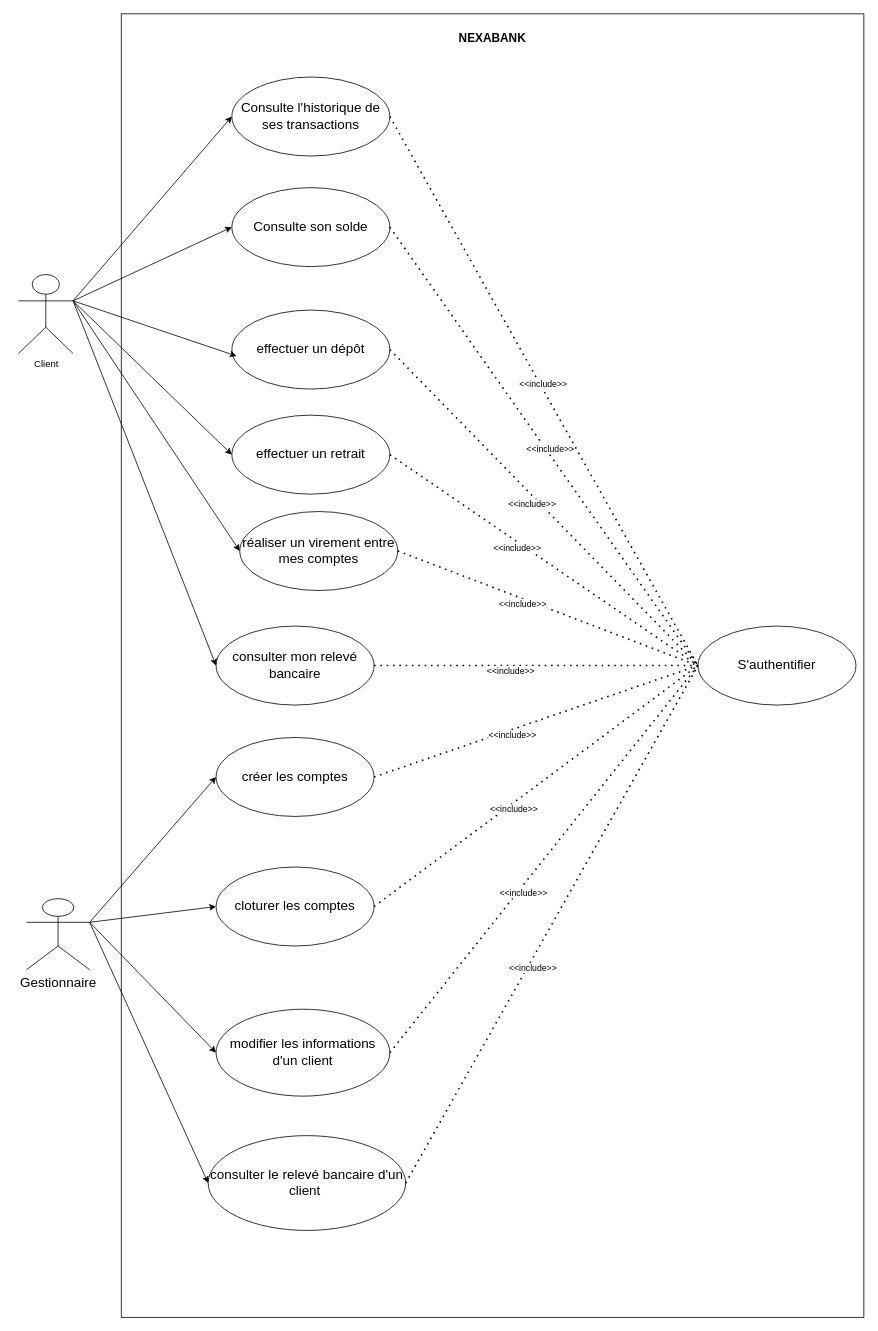
This is Diagrammes/diagrammeusecase.drawio from rachadelrhilani/Nexabank, a draw.io file, before an edit. Source tidied: cells renumbered, new cells numbered last; positions are measured from the earlier drawing's top-left corner, leaving out a move shared by most shapes. Both pictures are drawn from the tidied source at 79%, with x=0, y=0 at pixel (18, 13).
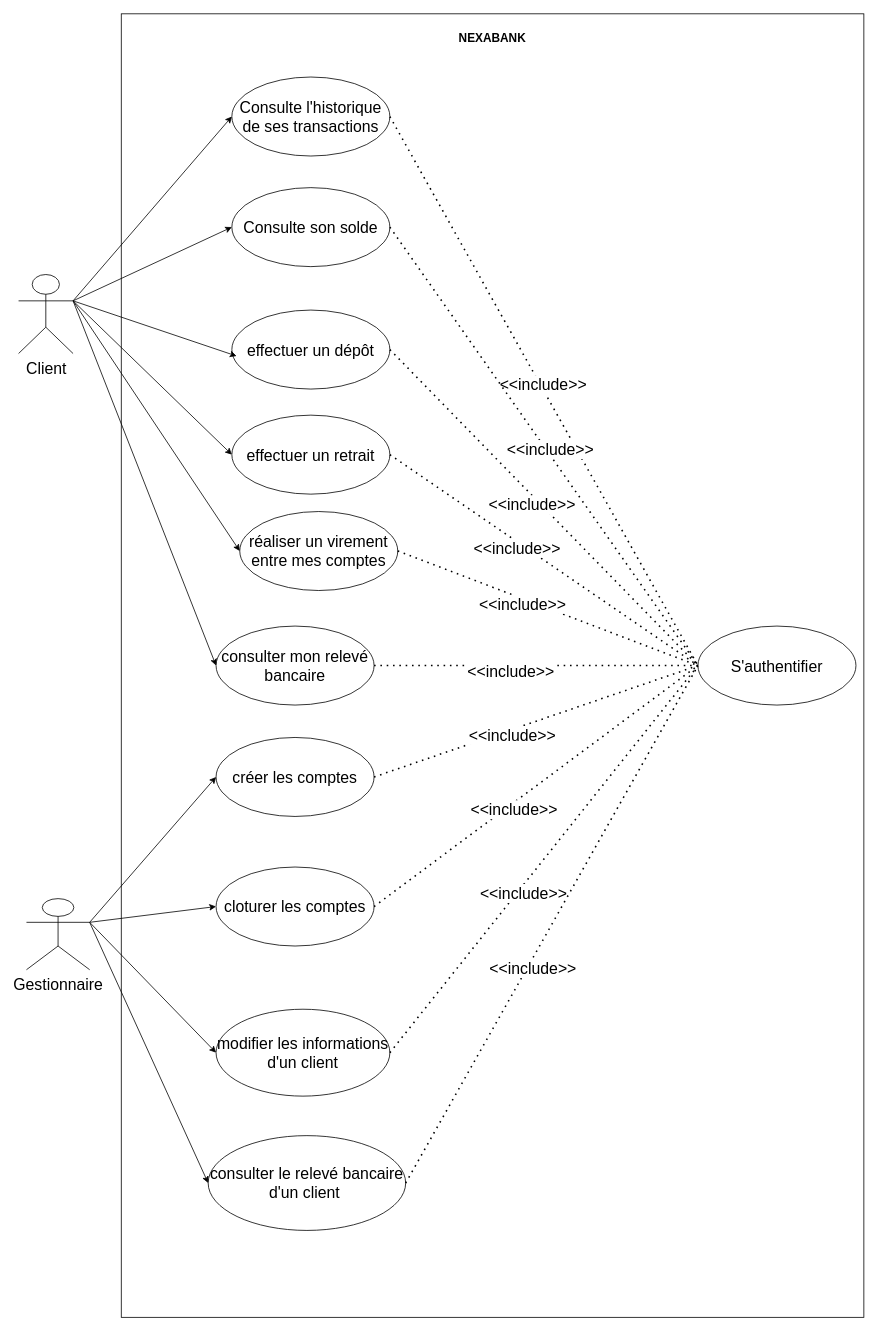
The same diagram, later.

What changed in the source:
```diff
@@
-    <mxCell id="3" value="Consulte l'historique de ses transactions" style="ellipse;whiteSpace=wrap;html=1;shapeInside=1;fontSize=17;" parent="1" vertex="1">
+    <mxCell id="3" value="Consulte l'historique de ses transactions" style="ellipse;whiteSpace=wrap;html=1;shapeInside=1;fontSize=20;" parent="1" vertex="1">
       <mxGeometry x="270" y="80" width="200" height="100" as="geometry" />
     </mxCell>
-    <mxCell id="4" value="Client" style="shape=umlActor;verticalLabelPosition=bottom;verticalAlign=top;html=1;outlineConnect=0;" parent="1" vertex="1">
+    <mxCell id="4" value="Client" style="shape=umlActor;verticalLabelPosition=bottom;verticalAlign=top;html=1;outlineConnect=0;fontSize=20;" parent="1" vertex="1">
       <mxGeometry y="330" width="69" height="100" as="geometry" />
     </mxCell>
-    <mxCell id="5" value="Consulte son solde" style="ellipse;whiteSpace=wrap;html=1;shapeInside=1;fontSize=17;" parent="1" vertex="1">
+    <mxCell id="5" value="Consulte son solde" style="ellipse;whiteSpace=wrap;html=1;shapeInside=1;fontSize=20;" parent="1" vertex="1">
       <mxGeometry x="270" y="220" width="200" height="100" as="geometry" />
     </mxCell>
-    <mxCell id="6" value="effectuer un dépôt" style="ellipse;whiteSpace=wrap;html=1;shapeInside=1;fontSize=17;" parent="1" vertex="1">
+    <mxCell id="6" value="effectuer un dépôt" style="ellipse;whiteSpace=wrap;html=1;shapeInside=1;fontSize=20;" parent="1" vertex="1">
       <mxGeometry x="270" y="375" width="200" height="100" as="geometry" />
     </mxCell>
-    <mxCell id="7" value="réaliser un virement entre mes comptes" style="ellipse;whiteSpace=wrap;html=1;shapeInside=1;fontSize=17;" parent="1" vertex="1">
+    <mxCell id="7" value="réaliser un virement entre mes comptes" style="ellipse;whiteSpace=wrap;html=1;shapeInside=1;fontSize=20;" parent="1" vertex="1">
       <mxGeometry x="280" y="630" width="200" height="100" as="geometry" />
     </mxCell>
-    <mxCell id="8" value="consulter mon relevé bancaire" style="ellipse;whiteSpace=wrap;html=1;shapeInside=1;fontSize=17;" parent="1" vertex="1">
+    <mxCell id="8" value="consulter mon relevé bancaire" style="ellipse;whiteSpace=wrap;html=1;shapeInside=1;fontSize=20;" parent="1" vertex="1">
       <mxGeometry x="250" y="775" width="200" height="100" as="geometry" />
     </mxCell>
@@
-    <mxCell id="10" style="endArrow=classic;html=1;rounded=0;exitX=1;exitY=0.3333333333333333;exitDx=0;exitDy=0;exitPerimeter=0;entryX=0;entryY=0.5;entryDx=0;entryDy=0;" parent="1" edge="1" source="4" target="3">
+    <mxCell id="10" style="endArrow=classic;html=1;rounded=0;exitX=1;exitY=0.3333333333333333;exitDx=0;exitDy=0;exitPerimeter=0;entryX=0;entryY=0.5;entryDx=0;entryDy=0;fontSize=20;" parent="1" edge="1" source="4" target="3">
       <mxGeometry relative="1" as="geometry" />
     </mxCell>
-    <mxCell id="11" style="endArrow=classic;html=1;rounded=0;exitX=1;exitY=0.3333333333333333;exitDx=0;exitDy=0;exitPerimeter=0;entryX=0;entryY=0.5;entryDx=0;entryDy=0;" parent="1" edge="1" source="4" target="5">
+    <mxCell id="11" style="endArrow=classic;html=1;rounded=0;exitX=1;exitY=0.3333333333333333;exitDx=0;exitDy=0;exitPerimeter=0;entryX=0;entryY=0.5;entryDx=0;entryDy=0;fontSize=20;" parent="1" edge="1" source="4" target="5">
       <mxGeometry relative="1" as="geometry" />
     </mxCell>
-    <mxCell id="12" style="endArrow=classic;html=1;rounded=0;exitX=1;exitY=0.3333333333333333;exitDx=0;exitDy=0;exitPerimeter=0;entryX=0.03;entryY=0.582;entryDx=0;entryDy=0;entryPerimeter=0;" parent="1" edge="1" source="4" target="6">
+    <mxCell id="12" style="endArrow=classic;html=1;rounded=0;exitX=1;exitY=0.3333333333333333;exitDx=0;exitDy=0;exitPerimeter=0;entryX=0.03;entryY=0.582;entryDx=0;entryDy=0;entryPerimeter=0;fontSize=20;" parent="1" edge="1" source="4" target="6">
       <mxGeometry relative="1" as="geometry" />
     </mxCell>
-    <mxCell id="13" style="endArrow=classic;html=1;rounded=0;exitX=1;exitY=0.3333333333333333;exitDx=0;exitDy=0;exitPerimeter=0;entryX=0;entryY=0.5;entryDx=0;entryDy=0;" parent="1" edge="1" source="4" target="7">
+    <mxCell id="13" style="endArrow=classic;html=1;rounded=0;exitX=1;exitY=0.3333333333333333;exitDx=0;exitDy=0;exitPerimeter=0;entryX=0;entryY=0.5;entryDx=0;entryDy=0;fontSize=20;" parent="1" edge="1" source="4" target="7">
       <mxGeometry relative="1" as="geometry" />
     </mxCell>
-    <mxCell id="14" style="endArrow=classic;html=1;rounded=0;exitX=1;exitY=0.3333333333333333;exitDx=0;exitDy=0;exitPerimeter=0;entryX=0;entryY=0.5;entryDx=0;entryDy=0;" parent="1" edge="1" source="4" target="8">
+    <mxCell id="14" style="endArrow=classic;html=1;rounded=0;exitX=1;exitY=0.3333333333333333;exitDx=0;exitDy=0;exitPerimeter=0;entryX=0;entryY=0.5;entryDx=0;entryDy=0;fontSize=20;" parent="1" edge="1" source="4" target="8">
       <mxGeometry relative="1" as="geometry" />
     </mxCell>
-    <mxCell id="15" value="Gestionnaire" style="shape=umlActor;verticalLabelPosition=bottom;verticalAlign=top;html=1;outlineConnect=0;fontSize=17;" parent="1" vertex="1">
+    <mxCell id="15" value="Gestionnaire" style="shape=umlActor;verticalLabelPosition=bottom;verticalAlign=top;html=1;outlineConnect=0;fontSize=20;" parent="1" vertex="1">
       <mxGeometry x="10" y="1120" width="80" height="90" as="geometry" />
     </mxCell>
-    <mxCell id="16" value="créer les comptes" style="ellipse;whiteSpace=wrap;html=1;shapeInside=1;fontSize=17;" parent="1" vertex="1">
+    <mxCell id="16" value="créer les comptes" style="ellipse;whiteSpace=wrap;html=1;shapeInside=1;fontSize=20;" parent="1" vertex="1">
       <mxGeometry x="250" y="916" width="200" height="100" as="geometry" />
     </mxCell>
-    <mxCell id="17" value="cloturer les comptes" style="ellipse;whiteSpace=wrap;html=1;shapeInside=1;fontSize=17;" parent="1" vertex="1">
+    <mxCell id="17" value="cloturer les comptes" style="ellipse;whiteSpace=wrap;html=1;shapeInside=1;fontSize=20;" parent="1" vertex="1">
       <mxGeometry x="250" y="1080" width="200" height="100" as="geometry" />
     </mxCell>
-    <mxCell id="18" value="modifier les informations d'un client" style="ellipse;whiteSpace=wrap;html=1;shapeInside=1;fontSize=17;" parent="1" vertex="1">
+    <mxCell id="18" value="modifier les informations d'un client" style="ellipse;whiteSpace=wrap;html=1;shapeInside=1;fontSize=20;" parent="1" vertex="1">
       <mxGeometry x="250" y="1260" width="220" height="110" as="geometry" />
     </mxCell>
-    <mxCell id="19" style="endArrow=classic;html=1;rounded=0;exitX=1;exitY=0.3333333333333333;exitDx=0;exitDy=0;exitPerimeter=0;entryX=0;entryY=0.5;entryDx=0;entryDy=0;fontSize=17;" parent="1" edge="1" source="15" target="16">
+    <mxCell id="19" style="endArrow=classic;html=1;rounded=0;exitX=1;exitY=0.3333333333333333;exitDx=0;exitDy=0;exitPerimeter=0;entryX=0;entryY=0.5;entryDx=0;entryDy=0;fontSize=20;" parent="1" edge="1" source="15" target="16">
       <mxGeometry relative="1" as="geometry" />
     </mxCell>
-    <mxCell id="20" style="endArrow=classic;html=1;rounded=0;exitX=1;exitY=0.3333333333333333;exitDx=0;exitDy=0;exitPerimeter=0;entryX=0;entryY=0.5;entryDx=0;entryDy=0;fontSize=17;" parent="1" edge="1" source="15" target="17">
+    <mxCell id="20" style="endArrow=classic;html=1;rounded=0;exitX=1;exitY=0.3333333333333333;exitDx=0;exitDy=0;exitPerimeter=0;entryX=0;entryY=0.5;entryDx=0;entryDy=0;fontSize=20;" parent="1" edge="1" source="15" target="17">
       <mxGeometry relative="1" as="geometry" />
     </mxCell>
-    <mxCell id="21" style="endArrow=classic;html=1;rounded=0;exitX=1;exitY=0.3333333333333333;exitDx=0;exitDy=0;exitPerimeter=0;entryX=0;entryY=0.5;entryDx=0;entryDy=0;fontSize=17;" parent="1" edge="1" source="15" target="18">
+    <mxCell id="21" style="endArrow=classic;html=1;rounded=0;exitX=1;exitY=0.3333333333333333;exitDx=0;exitDy=0;exitPerimeter=0;entryX=0;entryY=0.5;entryDx=0;entryDy=0;fontSize=20;" parent="1" edge="1" source="15" target="18">
       <mxGeometry relative="1" as="geometry" />
     </mxCell>
-    <mxCell id="22" value="consulter le relevé bancaire d'un client&amp;nbsp;" style="ellipse;whiteSpace=wrap;html=1;shapeInside=1;fontSize=17;" parent="1" vertex="1">
+    <mxCell id="22" value="consulter le relevé bancaire d'un client&amp;nbsp;" style="ellipse;whiteSpace=wrap;html=1;shapeInside=1;fontSize=20;" parent="1" vertex="1">
       <mxGeometry x="240" y="1420" width="250" height="120" as="geometry" />
     </mxCell>
-    <mxCell id="23" style="endArrow=classic;html=1;rounded=0;exitX=1;exitY=0.3333333333333333;exitDx=0;exitDy=0;exitPerimeter=0;entryX=0;entryY=0.5;entryDx=0;entryDy=0;fontSize=17;" parent="1" edge="1" source="15" target="22">
+    <mxCell id="23" style="endArrow=classic;html=1;rounded=0;exitX=1;exitY=0.3333333333333333;exitDx=0;exitDy=0;exitPerimeter=0;entryX=0;entryY=0.5;entryDx=0;entryDy=0;fontSize=20;" parent="1" edge="1" source="15" target="22">
       <mxGeometry relative="1" as="geometry" />
     </mxCell>
-    <mxCell id="24" value="S'authentifier" style="ellipse;whiteSpace=wrap;html=1;shapeInside=1;fontSize=17;" parent="1" vertex="1">
+    <mxCell id="24" value="S'authentifier" style="ellipse;whiteSpace=wrap;html=1;shapeInside=1;fontSize=20;" parent="1" vertex="1">
       <mxGeometry x="860" y="775" width="200" height="100" as="geometry" />
     </mxCell>
-    <mxCell id="25" style="endArrow=none;dashed=1;html=1;dashPattern=1 3;strokeWidth=2;rounded=0;entryX=0;entryY=0.5;entryDx=0;entryDy=0;exitX=1;exitY=0.5;exitDx=0;exitDy=0;" parent="1" edge="1" source="3" target="24">
+    <mxCell id="25" style="endArrow=none;dashed=1;html=1;dashPattern=1 3;strokeWidth=2;rounded=0;entryX=0;entryY=0.5;entryDx=0;entryDy=0;exitX=1;exitY=0.5;exitDx=0;exitDy=0;fontSize=20;" parent="1" edge="1" source="3" target="24">
       <mxGeometry relative="1" as="geometry" />
     </mxCell>
-    <mxCell id="26" value="&amp;lt;&amp;lt;include&amp;gt;&amp;gt;" style="edgeLabel;html=1;align=center;verticalAlign=middle;" parent="25" vertex="1">
+    <mxCell id="26" value="&amp;lt;&amp;lt;include&amp;gt;&amp;gt;" style="edgeLabel;html=1;align=center;verticalAlign=middle;fontSize=20;" parent="25" vertex="1">
       <mxGeometry x="-0.02" y="3" relative="1" as="geometry">
         <mxPoint y="-1" as="offset" />
       </mxGeometry>
     </mxCell>
-    <mxCell id="27" style="endArrow=none;dashed=1;html=1;dashPattern=1 3;strokeWidth=2;rounded=0;entryX=0;entryY=0.5;entryDx=0;entryDy=0;exitX=1;exitY=0.5;exitDx=0;exitDy=0;" parent="1" edge="1" source="5" target="24">
+    <mxCell id="27" style="endArrow=none;dashed=1;html=1;dashPattern=1 3;strokeWidth=2;rounded=0;entryX=0;entryY=0.5;entryDx=0;entryDy=0;exitX=1;exitY=0.5;exitDx=0;exitDy=0;fontSize=20;" parent="1" edge="1" source="5" target="24">
       <mxGeometry relative="1" as="geometry" />
     </mxCell>
-    <mxCell id="28" value="&amp;lt;&amp;lt;include&amp;gt;&amp;gt;" style="edgeLabel;html=1;align=center;verticalAlign=middle;" parent="27" vertex="1">
+    <mxCell id="28" value="&amp;lt;&amp;lt;include&amp;gt;&amp;gt;" style="edgeLabel;html=1;align=center;verticalAlign=middle;fontSize=20;" parent="27" vertex="1">
       <mxGeometry x="0.02" y="5" relative="1" as="geometry">
         <mxPoint x="-1" as="offset" />
       </mxGeometry>
     </mxCell>
-    <mxCell id="29" style="endArrow=none;dashed=1;html=1;dashPattern=1 3;strokeWidth=2;rounded=0;entryX=0;entryY=0.5;entryDx=0;entryDy=0;exitX=1;exitY=0.5;exitDx=0;exitDy=0;" parent="1" edge="1" source="6" target="24">
+    <mxCell id="29" style="endArrow=none;dashed=1;html=1;dashPattern=1 3;strokeWidth=2;rounded=0;entryX=0;entryY=0.5;entryDx=0;entryDy=0;exitX=1;exitY=0.5;exitDx=0;exitDy=0;fontSize=20;" parent="1" edge="1" source="6" target="24">
       <mxGeometry relative="1" as="geometry" />
     </mxCell>
-    <mxCell id="30" value="&amp;lt;&amp;lt;include&amp;gt;&amp;gt;" style="edgeLabel;html=1;align=center;verticalAlign=middle;" parent="29" vertex="1">
+    <mxCell id="30" value="&amp;lt;&amp;lt;include&amp;gt;&amp;gt;" style="edgeLabel;html=1;align=center;verticalAlign=middle;fontSize=20;" parent="29" vertex="1">
       <mxGeometry x="-0.05" y="-8" relative="1" as="geometry" />
     </mxCell>
-    <mxCell id="31" style="endArrow=none;dashed=1;html=1;dashPattern=1 3;strokeWidth=2;rounded=0;entryX=0;entryY=0.5;entryDx=0;entryDy=0;exitX=1;exitY=0.5;exitDx=0;exitDy=0;" parent="1" edge="1" source="7" target="24">
+    <mxCell id="31" style="endArrow=none;dashed=1;html=1;dashPattern=1 3;strokeWidth=2;rounded=0;entryX=0;entryY=0.5;entryDx=0;entryDy=0;exitX=1;exitY=0.5;exitDx=0;exitDy=0;fontSize=20;" parent="1" edge="1" source="7" target="24">
       <mxGeometry relative="1" as="geometry" />
     </mxCell>
-    <mxCell id="32" value="&amp;lt;&amp;lt;include&amp;gt;&amp;gt;" style="edgeLabel;html=1;align=center;verticalAlign=middle;" parent="31" vertex="1">
+    <mxCell id="32" value="&amp;lt;&amp;lt;include&amp;gt;&amp;gt;" style="edgeLabel;html=1;align=center;verticalAlign=middle;fontSize=20;" parent="31" vertex="1">
       <mxGeometry x="-0.16" y="-6" relative="1" as="geometry" />
     </mxCell>
-    <mxCell id="33" style="endArrow=none;dashed=1;html=1;dashPattern=1 3;strokeWidth=2;rounded=0;entryX=0;entryY=0.5;entryDx=0;entryDy=0;exitX=1;exitY=0.5;exitDx=0;exitDy=0;" parent="1" edge="1" source="8" target="24">
+    <mxCell id="33" style="endArrow=none;dashed=1;html=1;dashPattern=1 3;strokeWidth=2;rounded=0;entryX=0;entryY=0.5;entryDx=0;entryDy=0;exitX=1;exitY=0.5;exitDx=0;exitDy=0;fontSize=20;" parent="1" edge="1" source="8" target="24">
       <mxGeometry relative="1" as="geometry" />
     </mxCell>
-    <mxCell id="34" value="&amp;lt;&amp;lt;include&amp;gt;&amp;gt;" style="edgeLabel;html=1;align=center;verticalAlign=middle;" parent="33" vertex="1">
+    <mxCell id="34" value="&amp;lt;&amp;lt;include&amp;gt;&amp;gt;" style="edgeLabel;html=1;align=center;verticalAlign=middle;fontSize=20;" parent="33" vertex="1">
       <mxGeometry x="-0.16" y="-6" relative="1" as="geometry" />
     </mxCell>
-    <mxCell id="35" style="endArrow=none;dashed=1;html=1;dashPattern=1 3;strokeWidth=2;rounded=0;entryX=0;entryY=0.5;entryDx=0;entryDy=0;exitX=1;exitY=0.5;exitDx=0;exitDy=0;" parent="1" edge="1" source="16" target="24">
+    <mxCell id="35" style="endArrow=none;dashed=1;html=1;dashPattern=1 3;strokeWidth=2;rounded=0;entryX=0;entryY=0.5;entryDx=0;entryDy=0;exitX=1;exitY=0.5;exitDx=0;exitDy=0;fontSize=20;" parent="1" edge="1" source="16" target="24">
       <mxGeometry relative="1" as="geometry" />
     </mxCell>
-    <mxCell id="36" value="&amp;lt;&amp;lt;include&amp;gt;&amp;gt;" style="edgeLabel;html=1;align=center;verticalAlign=middle;" parent="35" vertex="1">
+    <mxCell id="36" value="&amp;lt;&amp;lt;include&amp;gt;&amp;gt;" style="edgeLabel;html=1;align=center;verticalAlign=middle;fontSize=20;" parent="35" vertex="1">
       <mxGeometry x="-0.16" y="-6" relative="1" as="geometry" />
     </mxCell>
-    <mxCell id="37" style="endArrow=none;dashed=1;html=1;dashPattern=1 3;strokeWidth=2;rounded=0;entryX=0;entryY=0.5;entryDx=0;entryDy=0;exitX=1;exitY=0.5;exitDx=0;exitDy=0;" parent="1" edge="1" source="17" target="24">
+    <mxCell id="37" style="endArrow=none;dashed=1;html=1;dashPattern=1 3;strokeWidth=2;rounded=0;entryX=0;entryY=0.5;entryDx=0;entryDy=0;exitX=1;exitY=0.5;exitDx=0;exitDy=0;fontSize=20;" parent="1" edge="1" source="17" target="24">
       <mxGeometry relative="1" as="geometry" />
     </mxCell>
-    <mxCell id="38" value="&amp;lt;&amp;lt;include&amp;gt;&amp;gt;" style="edgeLabel;html=1;align=center;verticalAlign=middle;" parent="37" vertex="1">
+    <mxCell id="38" value="&amp;lt;&amp;lt;include&amp;gt;&amp;gt;" style="edgeLabel;html=1;align=center;verticalAlign=middle;fontSize=20;" parent="37" vertex="1">
       <mxGeometry x="-0.16" y="-6" relative="1" as="geometry" />
     </mxCell>
-    <mxCell id="39" style="endArrow=none;dashed=1;html=1;dashPattern=1 3;strokeWidth=2;rounded=0;entryX=0;entryY=0.5;entryDx=0;entryDy=0;exitX=1;exitY=0.5;exitDx=0;exitDy=0;" parent="1" edge="1" source="18" target="24">
+    <mxCell id="39" style="endArrow=none;dashed=1;html=1;dashPattern=1 3;strokeWidth=2;rounded=0;entryX=0;entryY=0.5;entryDx=0;entryDy=0;exitX=1;exitY=0.5;exitDx=0;exitDy=0;fontSize=20;" parent="1" edge="1" source="18" target="24">
       <mxGeometry relative="1" as="geometry" />
     </mxCell>
-    <mxCell id="40" value="&amp;lt;&amp;lt;include&amp;gt;&amp;gt;" style="edgeLabel;html=1;align=center;verticalAlign=middle;" parent="39" vertex="1">
+    <mxCell id="40" value="&amp;lt;&amp;lt;include&amp;gt;&amp;gt;" style="edgeLabel;html=1;align=center;verticalAlign=middle;fontSize=20;" parent="39" vertex="1">
       <mxGeometry x="-0.16" y="-6" relative="1" as="geometry" />
     </mxCell>
-    <mxCell id="41" style="endArrow=none;dashed=1;html=1;dashPattern=1 3;strokeWidth=2;rounded=0;entryX=0;entryY=0.5;entryDx=0;entryDy=0;exitX=1;exitY=0.5;exitDx=0;exitDy=0;" parent="1" edge="1" source="22" target="24">
+    <mxCell id="41" style="endArrow=none;dashed=1;html=1;dashPattern=1 3;strokeWidth=2;rounded=0;entryX=0;entryY=0.5;entryDx=0;entryDy=0;exitX=1;exitY=0.5;exitDx=0;exitDy=0;fontSize=20;" parent="1" edge="1" source="22" target="24">
       <mxGeometry relative="1" as="geometry" />
     </mxCell>
-    <mxCell id="42" value="&amp;lt;&amp;lt;include&amp;gt;&amp;gt;" style="edgeLabel;html=1;align=center;verticalAlign=middle;" parent="41" vertex="1">
+    <mxCell id="42" value="&amp;lt;&amp;lt;include&amp;gt;&amp;gt;" style="edgeLabel;html=1;align=center;verticalAlign=middle;fontSize=20;" parent="41" vertex="1">
       <mxGeometry x="-0.16" y="-6" relative="1" as="geometry" />
     </mxCell>
-    <mxCell id="43" value="effectuer un retrait" style="ellipse;whiteSpace=wrap;html=1;shapeInside=1;fontSize=17;" parent="1" vertex="1">
+    <mxCell id="43" value="effectuer un retrait" style="ellipse;whiteSpace=wrap;html=1;shapeInside=1;fontSize=20;" parent="1" vertex="1">
       <mxGeometry x="270" y="508" width="200" height="100" as="geometry" />
     </mxCell>
-    <mxCell id="44" style="endArrow=classic;html=1;rounded=0;exitX=1;exitY=0.3333333333333333;exitDx=0;exitDy=0;exitPerimeter=0;entryX=0;entryY=0.5;entryDx=0;entryDy=0;" parent="1" edge="1" source="4" target="43">
+    <mxCell id="44" style="endArrow=classic;html=1;rounded=0;exitX=1;exitY=0.3333333333333333;exitDx=0;exitDy=0;exitPerimeter=0;entryX=0;entryY=0.5;entryDx=0;entryDy=0;fontSize=20;" parent="1" edge="1" source="4" target="43">
       <mxGeometry relative="1" as="geometry" />
     </mxCell>
-    <mxCell id="45" style="endArrow=none;dashed=1;html=1;dashPattern=1 3;strokeWidth=2;rounded=0;entryX=0;entryY=0.5;entryDx=0;entryDy=0;exitX=1;exitY=0.5;exitDx=0;exitDy=0;" parent="1" edge="1" source="43" target="24">
+    <mxCell id="45" style="endArrow=none;dashed=1;html=1;dashPattern=1 3;strokeWidth=2;rounded=0;entryX=0;entryY=0.5;entryDx=0;entryDy=0;exitX=1;exitY=0.5;exitDx=0;exitDy=0;fontSize=20;" parent="1" edge="1" source="43" target="24">
       <mxGeometry relative="1" as="geometry" />
     </mxCell>
-    <mxCell id="46" value="&amp;lt;&amp;lt;include&amp;gt;&amp;gt;" style="edgeLabel;html=1;align=center;verticalAlign=middle;" parent="45" vertex="1">
+    <mxCell id="46" value="&amp;lt;&amp;lt;include&amp;gt;&amp;gt;" style="edgeLabel;html=1;align=center;verticalAlign=middle;fontSize=20;" parent="45" vertex="1">
       <mxGeometry x="-0.16" y="-6" relative="1" as="geometry" />
     </mxCell>
```
